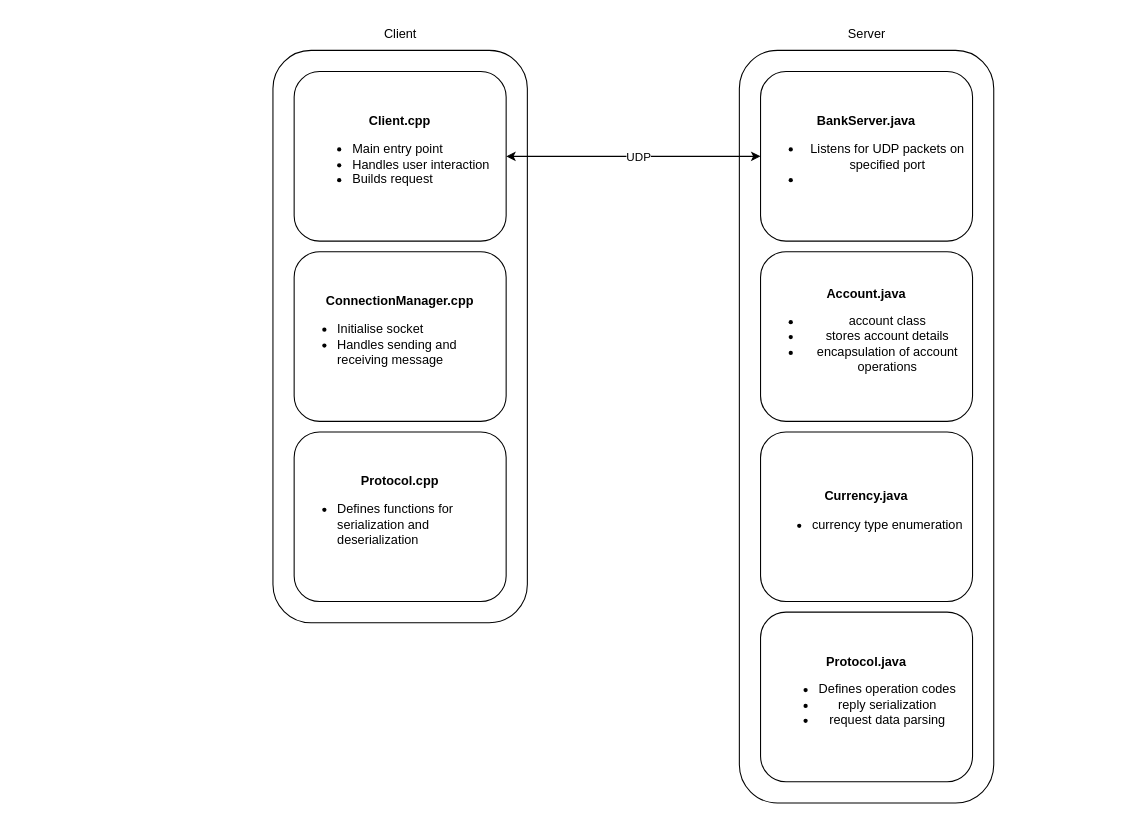
Earlier version of the draw.io diagram diagrams/drawio/SystemArchitecture.drawio (UnfairWraith/SC4051-Distributed-Systems). Source tidied: cells renumbered, new cells numbered last; positions are measured from the earlier drawing's top-left corner, leaving out a move shared by most shapes. Both pictures are drawn from the tidied source at 106%, with x=0, y=0 at pixel (272, 18).
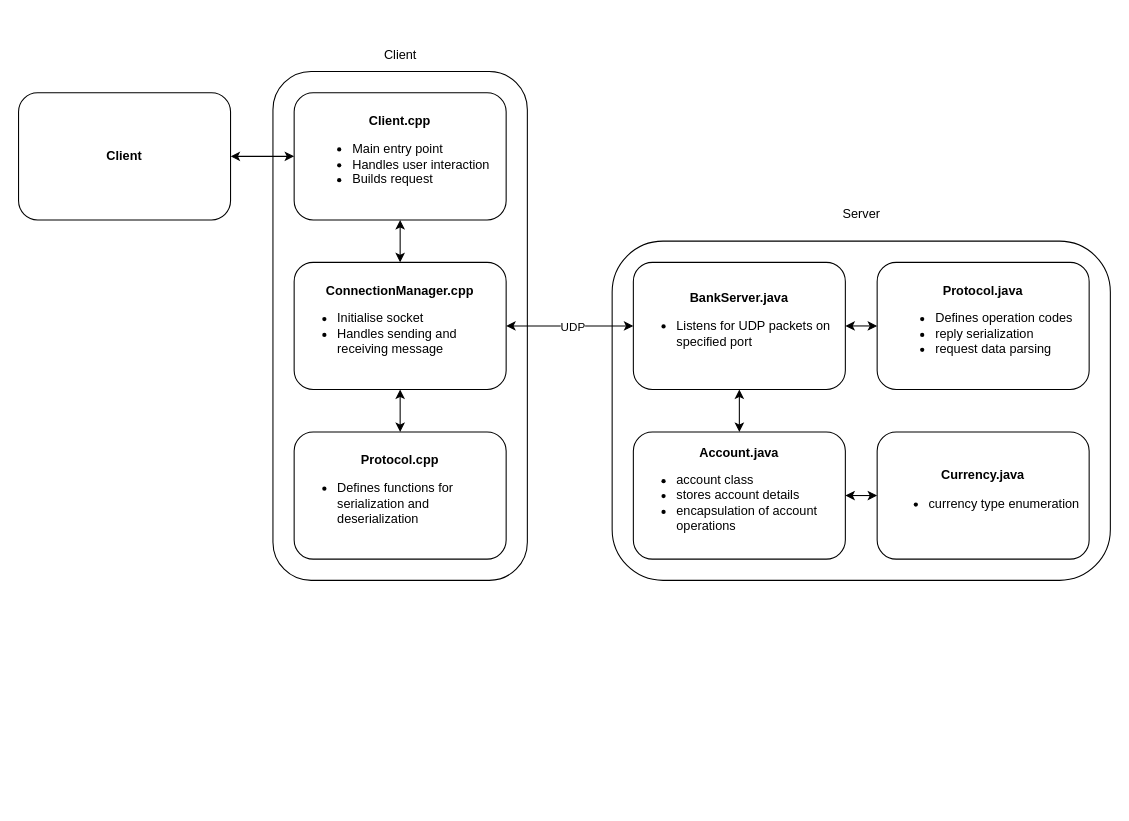
After the change.

Commit message (it also covers changes not shown here):
updated system architecture diagram

Change to the diagram source:
```diff
@@
     <mxCell id="2" value="Client" style="text;html=1;align=center;verticalAlign=middle;strokeColor=none;fillColor=none;" parent="1" vertex="1">
-      <mxGeometry x="90" width="60" height="30" as="geometry" />
+      <mxGeometry x="90" y="20" width="60" height="30" as="geometry" />
     </mxCell>
     <mxCell id="3" style="rounded=1;whiteSpace=wrap;html=1;" parent="1" vertex="1">
-      <mxGeometry y="30" width="240" height="540" as="geometry" />
+      <mxGeometry y="50" width="240" height="480" as="geometry" />
     </mxCell>
     <mxCell id="4" value="&lt;b&gt;Client.cpp&lt;/b&gt;&lt;div&gt;&lt;ul&gt;&lt;li style=&quot;text-align: left;&quot;&gt;Main entry point&lt;/li&gt;&lt;li style=&quot;text-align: left;&quot;&gt;Handles user interaction&lt;/li&gt;&lt;li style=&quot;text-align: left;&quot;&gt;Builds request&lt;/li&gt;&lt;/ul&gt;&lt;/div&gt;" style="rounded=1;whiteSpace=wrap;html=1;" parent="1" vertex="1">
-      <mxGeometry x="20" y="50" width="200" height="160" as="geometry" />
+      <mxGeometry x="20" y="70" width="200" height="120" as="geometry" />
     </mxCell>
     <mxCell id="5" value="&lt;div style=&quot;&quot;&gt;&lt;span style=&quot;background-color: transparent;&quot;&gt;&lt;b&gt;ConnectionManager.cpp&lt;/b&gt;&lt;/span&gt;&lt;/div&gt;&lt;div&gt;&lt;ul&gt;&lt;li style=&quot;text-align: left;&quot;&gt;Initialise socket&lt;/li&gt;&lt;li style=&quot;text-align: left;&quot;&gt;Handles sending and receiving message&lt;/li&gt;&lt;/ul&gt;&lt;/div&gt;" style="rounded=1;whiteSpace=wrap;html=1;align=center;" parent="1" vertex="1">
-      <mxGeometry x="20" y="220" width="200" height="160" as="geometry" />
+      <mxGeometry x="20" y="230" width="200" height="120" as="geometry" />
     </mxCell>
     <mxCell id="6" value="&lt;div style=&quot;&quot;&gt;&lt;span style=&quot;background-color: transparent;&quot;&gt;&lt;b&gt;Protocol.cpp&lt;/b&gt;&lt;/span&gt;&lt;/div&gt;&lt;div&gt;&lt;ul&gt;&lt;li style=&quot;text-align: left;&quot;&gt;Defines functions for serialization and deserialization&lt;/li&gt;&lt;/ul&gt;&lt;/div&gt;" style="rounded=1;whiteSpace=wrap;html=1;align=center;" parent="1" vertex="1">
-      <mxGeometry x="20" y="390" width="200" height="160" as="geometry" />
+      <mxGeometry x="20" y="390" width="200" height="120" as="geometry" />
     </mxCell>
     <mxCell id="7" value="Server" style="text;html=1;align=center;verticalAlign=middle;strokeColor=none;fillColor=none;" parent="1" vertex="1">
-      <mxGeometry x="530" width="60" height="30" as="geometry" />
+      <mxGeometry x="525" y="170" width="60" height="30" as="geometry" />
     </mxCell>
     <mxCell id="8" style="rounded=1;whiteSpace=wrap;html=1;" parent="1" vertex="1">
-      <mxGeometry x="440" y="30" width="240" height="710" as="geometry" />
+      <mxGeometry x="320" y="210" width="470" height="320" as="geometry" />
     </mxCell>
-    <mxCell id="9" value="&lt;div style=&quot;&quot;&gt;&lt;b&gt;Account.java&lt;/b&gt;&lt;/div&gt;&lt;div&gt;&lt;ul&gt;&lt;li style=&quot;&quot;&gt;account class&lt;/li&gt;&lt;li style=&quot;&quot;&gt;stores account details&lt;/li&gt;&lt;li style=&quot;&quot;&gt;encapsulation of account operations&lt;/li&gt;&lt;/ul&gt;&lt;/div&gt;" style="rounded=1;whiteSpace=wrap;html=1;align=center;" parent="1" vertex="1">
-      <mxGeometry x="460" y="220" width="200" height="160" as="geometry" />
+    <mxCell id="9" value="&lt;div style=&quot;&quot;&gt;&lt;b&gt;Account.java&lt;/b&gt;&lt;/div&gt;&lt;div&gt;&lt;ul&gt;&lt;li style=&quot;text-align: left;&quot;&gt;account class&lt;/li&gt;&lt;li style=&quot;text-align: left;&quot;&gt;stores account details&lt;/li&gt;&lt;li style=&quot;text-align: left;&quot;&gt;encapsulation of account operations&lt;/li&gt;&lt;/ul&gt;&lt;/div&gt;" style="rounded=1;whiteSpace=wrap;html=1;align=center;" parent="1" vertex="1">
+      <mxGeometry x="340" y="390" width="200" height="120" as="geometry" />
     </mxCell>
-    <mxCell id="10" value="&lt;div style=&quot;&quot;&gt;&lt;b&gt;BankServer.java&lt;/b&gt;&lt;/div&gt;&lt;div&gt;&lt;ul&gt;&lt;li style=&quot;&quot;&gt;Listens for UDP packets on specified port&lt;/li&gt;&lt;li style=&quot;&quot;&gt;&lt;br&gt;&lt;/li&gt;&lt;/ul&gt;&lt;/div&gt;" style="rounded=1;whiteSpace=wrap;html=1;align=center;" parent="1" vertex="1">
-      <mxGeometry x="460" y="50" width="200" height="160" as="geometry" />
+    <mxCell id="10" value="&lt;div style=&quot;&quot;&gt;&lt;b&gt;BankServer.java&lt;/b&gt;&lt;/div&gt;&lt;div&gt;&lt;ul&gt;&lt;li style=&quot;text-align: left;&quot;&gt;Listens for UDP packets on specified port&lt;/li&gt;&lt;/ul&gt;&lt;/div&gt;" style="rounded=1;whiteSpace=wrap;html=1;align=center;" parent="1" vertex="1">
+      <mxGeometry x="340" y="230" width="200" height="120" as="geometry" />
     </mxCell>
-    <mxCell id="11" value="&lt;div style=&quot;&quot;&gt;&lt;b&gt;Currency.java&lt;/b&gt;&lt;/div&gt;&lt;div&gt;&lt;ul&gt;&lt;li style=&quot;&quot;&gt;currency type enumeration&lt;/li&gt;&lt;/ul&gt;&lt;/div&gt;" style="rounded=1;whiteSpace=wrap;html=1;align=center;" parent="1" vertex="1">
-      <mxGeometry x="460" y="390" width="200" height="160" as="geometry" />
+    <mxCell id="11" value="&lt;div style=&quot;&quot;&gt;&lt;b&gt;Currency.java&lt;/b&gt;&lt;/div&gt;&lt;div&gt;&lt;ul&gt;&lt;li style=&quot;text-align: left;&quot;&gt;currency type enumeration&lt;/li&gt;&lt;/ul&gt;&lt;/div&gt;" style="rounded=1;whiteSpace=wrap;html=1;align=center;" parent="1" vertex="1">
+      <mxGeometry x="570" y="390" width="200" height="120" as="geometry" />
     </mxCell>
-    <mxCell id="12" value="&lt;div style=&quot;&quot;&gt;&lt;b&gt;Protocol.java&lt;/b&gt;&lt;/div&gt;&lt;div&gt;&lt;ul&gt;&lt;li style=&quot;&quot;&gt;Defines operation codes&lt;/li&gt;&lt;li style=&quot;&quot;&gt;reply serialization&lt;/li&gt;&lt;li style=&quot;&quot;&gt;request data parsing&lt;/li&gt;&lt;/ul&gt;&lt;/div&gt;" style="rounded=1;whiteSpace=wrap;html=1;align=center;" parent="1" vertex="1">
-      <mxGeometry x="460" y="560" width="200" height="160" as="geometry" />
+    <mxCell id="12" value="&lt;div style=&quot;&quot;&gt;&lt;b&gt;Protocol.java&lt;/b&gt;&lt;/div&gt;&lt;div&gt;&lt;ul&gt;&lt;li style=&quot;text-align: left;&quot;&gt;Defines operation codes&lt;/li&gt;&lt;li style=&quot;text-align: left;&quot;&gt;reply serialization&lt;/li&gt;&lt;li style=&quot;text-align: left;&quot;&gt;request data parsing&lt;/li&gt;&lt;/ul&gt;&lt;/div&gt;" style="rounded=1;whiteSpace=wrap;html=1;align=center;" parent="1" vertex="1">
+      <mxGeometry x="570" y="230" width="200" height="120" as="geometry" />
     </mxCell>
-    <mxCell id="13" style="endArrow=classic;startArrow=classic;html=1;entryX=0;entryY=0.5;entryDx=0;entryDy=0;" parent="1" edge="1" source="4" target="10">
+    <mxCell id="13" style="endArrow=classic;startArrow=classic;html=1;entryX=0;entryY=0.5;entryDx=0;entryDy=0;exitX=1;exitY=0.5;exitDx=0;exitDy=0;" parent="1" edge="1" source="5" target="10">
       <mxGeometry relative="1" as="geometry" />
     </mxCell>
@@
+    <mxCell id="15" value="&lt;div style=&quot;&quot;&gt;&lt;b&gt;Client&lt;/b&gt;&lt;/div&gt;" style="rounded=1;whiteSpace=wrap;html=1;align=center;" parent="1" vertex="1">
+      <mxGeometry x="-240" y="70" width="200" height="120" as="geometry" />
+    </mxCell>
+    <mxCell id="16" style="endArrow=classic;startArrow=classic;html=1;entryX=0;entryY=0.5;entryDx=0;entryDy=0;exitX=1;exitY=0.5;exitDx=0;exitDy=0;" parent="1" edge="1" source="15" target="4">
+      <mxGeometry relative="1" as="geometry" />
+    </mxCell>
+    <mxCell id="17" style="endArrow=classic;startArrow=classic;html=1;entryX=0.5;entryY=1;entryDx=0;entryDy=0;exitX=0.5;exitY=0;exitDx=0;exitDy=0;" parent="1" edge="1" source="5" target="4">
+      <mxGeometry relative="1" as="geometry" />
+    </mxCell>
+    <mxCell id="18" style="endArrow=classic;startArrow=classic;html=1;entryX=0.5;entryY=1;entryDx=0;entryDy=0;exitX=0.5;exitY=0;exitDx=0;exitDy=0;" parent="1" edge="1" source="9" target="10">
+      <mxGeometry relative="1" as="geometry" />
+    </mxCell>
+    <mxCell id="19" style="endArrow=classic;startArrow=classic;html=1;entryX=0;entryY=0.5;entryDx=0;entryDy=0;exitX=1;exitY=0.5;exitDx=0;exitDy=0;" parent="1" edge="1" source="9" target="11">
+      <mxGeometry relative="1" as="geometry" />
+    </mxCell>
+    <mxCell id="20" style="endArrow=classic;startArrow=classic;html=1;exitX=1;exitY=0.5;exitDx=0;exitDy=0;entryX=0;entryY=0.5;entryDx=0;entryDy=0;" parent="1" edge="1" source="10" target="12">
+      <mxGeometry relative="1" as="geometry" />
+    </mxCell>
+    <mxCell id="21" style="endArrow=classic;startArrow=classic;html=1;entryX=0.5;entryY=1;entryDx=0;entryDy=0;exitX=0.5;exitY=0;exitDx=0;exitDy=0;" parent="1" edge="1" source="6" target="5">
+      <mxGeometry relative="1" as="geometry" />
+    </mxCell>
```
